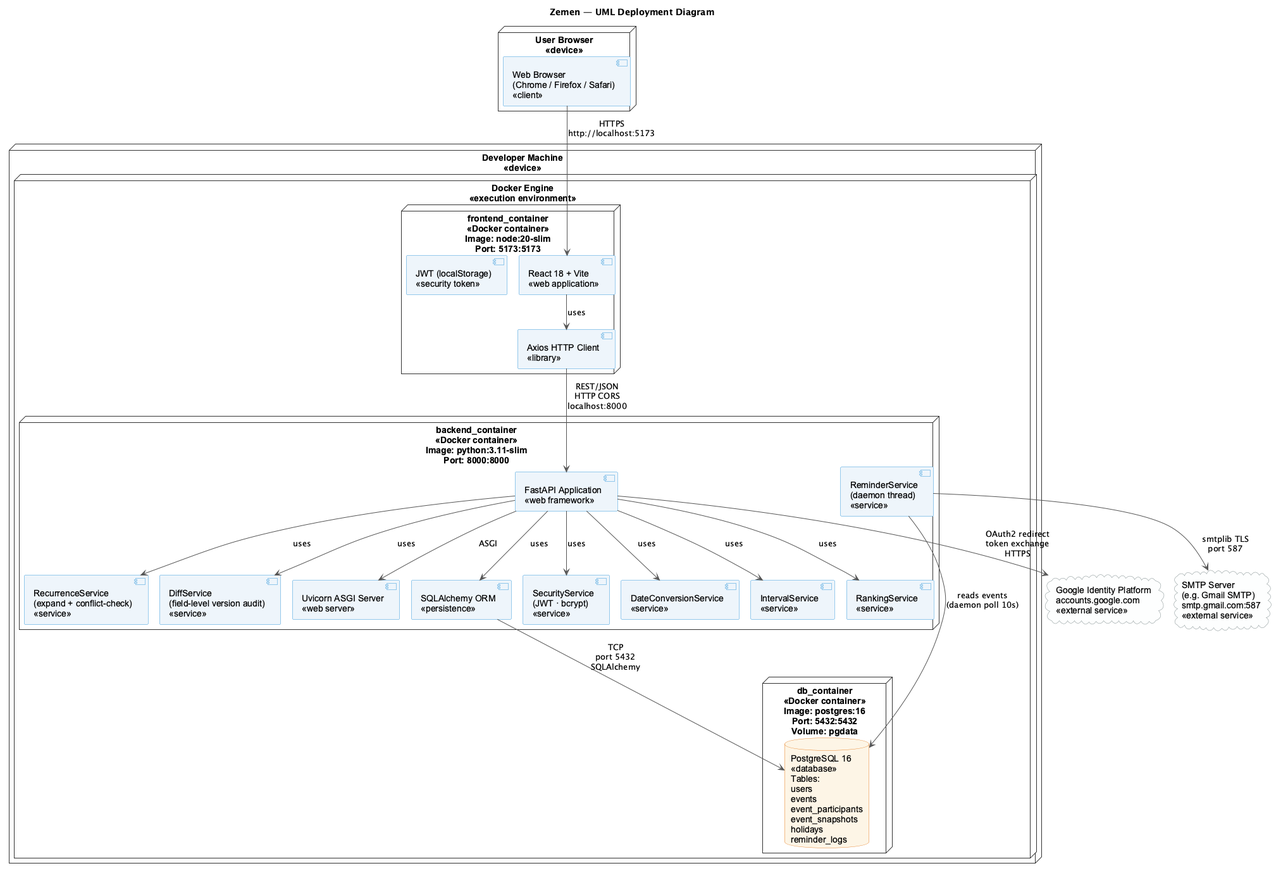
Before: UML diagrams/Deployment_Diagram.png, a diagram exported from PlantUML (aklesiaberihu/Dual-Calendar-). Source of this version:
```plantuml
@startuml Deployment_Diagram
!pragma layout smetana
title Zemen — UML Deployment Diagram

skinparam node {
  BackgroundColor White
  BorderColor #333333
  FontName Arial
}
skinparam component {
  BackgroundColor #EEF5FB
  BorderColor #3498db
  FontName Arial
}
skinparam database {
  BackgroundColor #FDF5E6
  BorderColor #E67E22
  FontName Arial
}
skinparam cloud {
  BackgroundColor #FDFEFE
  BorderColor #7F8C8D
  FontName Arial
}
skinparam ArrowColor #555555
skinparam linetype ortho

node "Developer Machine\n<<device>>" as DEV {
  node "Docker Engine\n<<execution environment>>" as DOCKER {

    node "frontend_container\n<<Docker container>>\nImage: node:20-slim\nPort: 5173:5173" as FE_NODE {
      component "React 18 + Vite\n<<web application>>" as REACT
      component "Axios HTTP Client\n<<library>>" as AXIOS
      component "JWT (localStorage)\n<<security token>>" as JWT
    }

    node "backend_container\n<<Docker container>>\nImage: python:3.11-slim\nPort: 8000:8000" as BE_NODE {
      component "FastAPI Application\n<<web framework>>" as FASTAPI
      component "Uvicorn ASGI Server\n<<web server>>" as UVICORN
      component "SQLAlchemy ORM\n<<persistence>>" as ORM

      component "SecurityService\n(JWT · bcrypt)\n<<service>>" as SEC
      component "DateConversionService\n<<service>>" as DCS
      component "IntervalService\n<<service>>" as IS
      component "RankingService\n<<service>>" as RS
      component "RecurrenceService\n(expand + conflict-check)\n<<service>>" as RECUR
      component "DiffService\n(field-level version audit)\n<<service>>" as DIFF
      component "ReminderService\n(daemon thread)\n<<service>>" as REM
    }

    node "db_container\n<<Docker container>>\nImage: postgres:16\nPort: 5432:5432\nVolume: pgdata" as DB_NODE {
      database "PostgreSQL 16\n<<database>>\nTables:\nusers\nevents\nevent_participants\nevent_snapshots\nholidays\nreminder_logs" as PG
    }

  }
}

cloud "Google Identity Platform\naccounts.google.com\n<<external service>>" as GOOGLE
cloud "SMTP Server\n(e.g. Gmail SMTP)\nsmtp.gmail.com:587\n<<external service>>" as SMTP
node "User Browser\n<<device>>" as BROWSER {
  component "Web Browser\n(Chrome / Firefox / Safari)\n<<client>>" as BROWSER_APP
}


BROWSER_APP --> REACT       : HTTPS\nhttp://localhost:5173

REACT --> AXIOS             : uses
AXIOS --> FASTAPI           : REST/JSON\nHTTP CORS\nlocalhost:8000

FASTAPI --> UVICORN         : ASGI
FASTAPI --> SEC             : uses
FASTAPI --> DCS             : uses
FASTAPI --> IS              : uses
FASTAPI --> RS              : uses
FASTAPI --> RECUR           : uses
FASTAPI --> DIFF            : uses
FASTAPI --> ORM             : uses

ORM --> PG                  : TCP\nport 5432\nSQLAlchemy

REM --> PG                  : reads events\n(daemon poll 10s)
REM --> SMTP                : smtplib TLS\nport 587

FASTAPI --> GOOGLE          : OAuth2 redirect\ntoken exchange\nHTTPS

@enduml
```
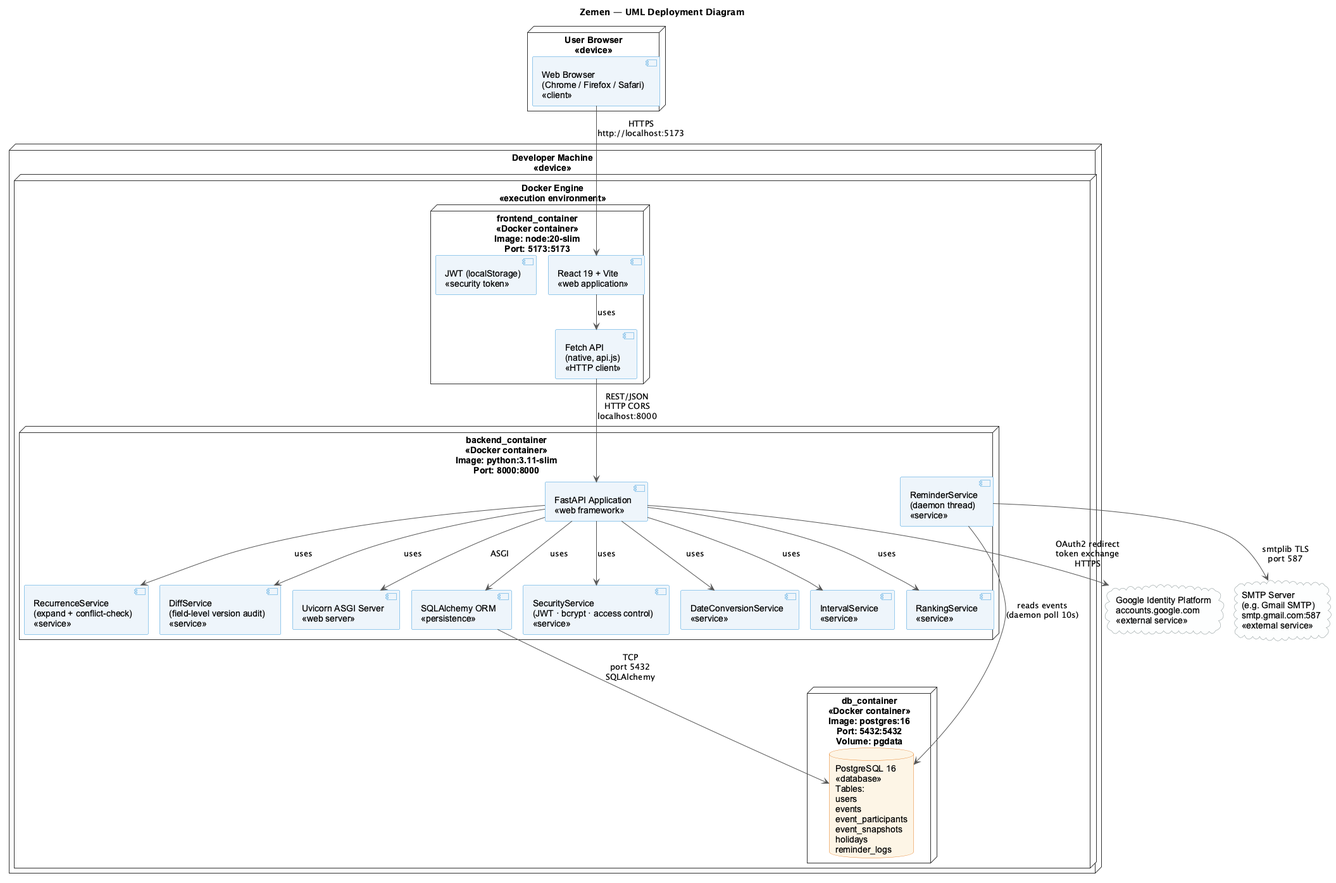
Later version of the same file.

Change to the diagram source:
```diff
@@ -29,8 +29,8 @@
   node "Docker Engine\n<<execution environment>>" as DOCKER {
 
     node "frontend_container\n<<Docker container>>\nImage: node:20-slim\nPort: 5173:5173" as FE_NODE {
-      component "React 18 + Vite\n<<web application>>" as REACT
-      component "Axios HTTP Client\n<<library>>" as AXIOS
+      component "React 19 + Vite\n<<web application>>" as REACT
+      component "Fetch API\n(native, api.js)\n<<HTTP client>>" as FETCH
       component "JWT (localStorage)\n<<security token>>" as JWT
     }
 
@@ -39,7 +39,7 @@
       component "Uvicorn ASGI Server\n<<web server>>" as UVICORN
       component "SQLAlchemy ORM\n<<persistence>>" as ORM
 
-      component "SecurityService\n(JWT · bcrypt)\n<<service>>" as SEC
+      component "SecurityService\n(JWT · bcrypt · access control)\n<<service>>" as SEC
       component "DateConversionService\n<<service>>" as DCS
       component "IntervalService\n<<service>>" as IS
       component "RankingService\n<<service>>" as RS
@@ -64,8 +64,8 @@
 
 BROWSER_APP --> REACT       : HTTPS\nhttp://localhost:5173
 
-REACT --> AXIOS             : uses
-AXIOS --> FASTAPI           : REST/JSON\nHTTP CORS\nlocalhost:8000
+REACT --> FETCH             : uses
+FETCH --> FASTAPI           : REST/JSON\nHTTP CORS\nlocalhost:8000
 
 FASTAPI --> UVICORN         : ASGI
 FASTAPI --> SEC             : uses
```
